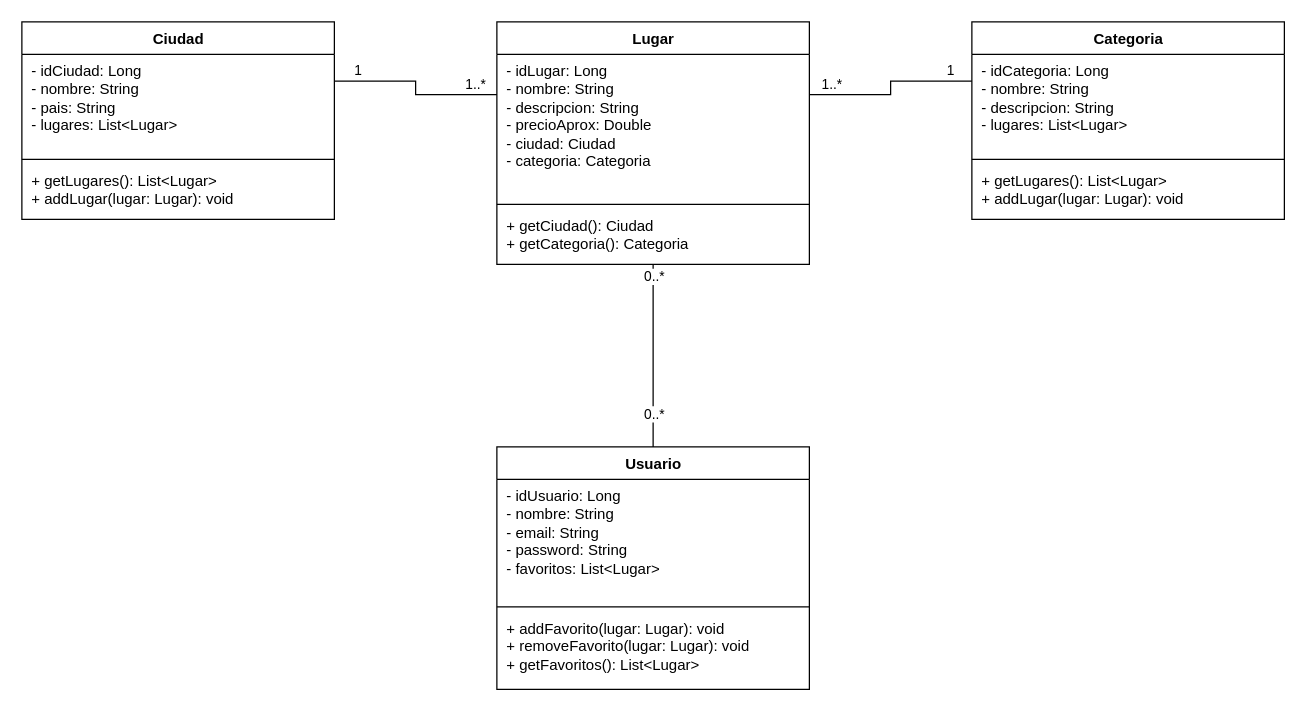
Above: page "UML" (3 of 3) of docs/diagramas.drawio in danilogar019-dotcom/erasmate-backend (draw.io), before the change. Source tidied: cells renumbered, new cells numbered last; positions are measured from the earlier drawing's top-left corner, leaving out a move shared by most shapes. Both pictures are drawn from the tidied source at 125%, with x=0, y=0 at pixel (21, 21).
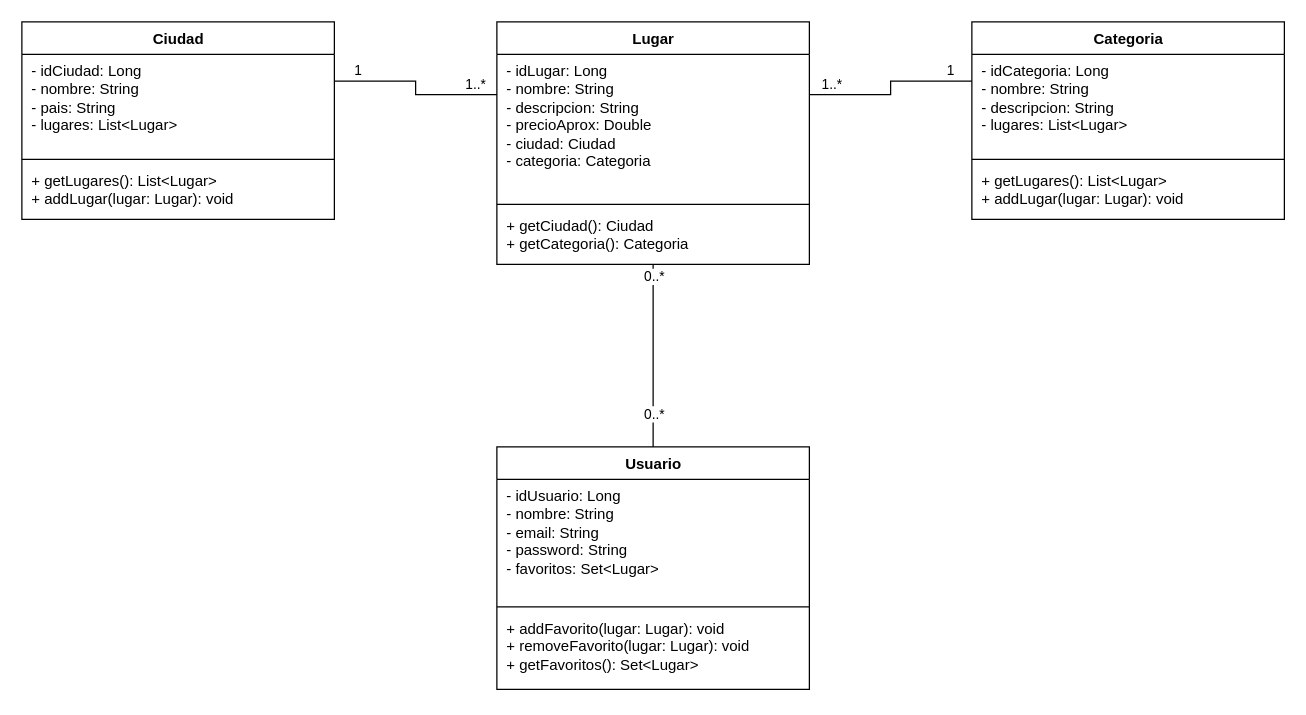
The same page after the edit.

Commit message (it also covers changes not shown here):
Actualizar UML con Set de favoritos

Unchanged cells that the change refers to:
```xml
<mxCell id="14" value="Usuario" style="swimlane;fontStyle=1;align=center;verticalAlign=top;horizontal=1;startSize=26;html=1;" parent="1" vertex="1">
  <mxGeometry x="380" y="340" width="250" height="194" as="geometry" />
</mxCell>
```

The edit, as a diff of the source:
```diff
@@
-    <mxCell id="15" value="- idUsuario: Long&lt;br&gt;- nombre: String&lt;br&gt;- email: String&lt;br&gt;- password: String&lt;br&gt;- favoritos: List&amp;lt;Lugar&amp;gt;" style="text;strokeColor=none;fillColor=none;align=left;verticalAlign=top;spacingLeft=6;spacingRight=4;overflow=hidden;whiteSpace=wrap;html=1;" parent="14" vertex="1">
+    <mxCell id="15" value="- idUsuario: Long&lt;br&gt;- nombre: String&lt;br&gt;- email: String&lt;br&gt;- password: String&lt;br&gt;- favoritos: Set&amp;lt;Lugar&amp;gt;" style="text;strokeColor=none;fillColor=none;align=left;verticalAlign=top;spacingLeft=6;spacingRight=4;overflow=hidden;whiteSpace=wrap;html=1;" parent="14" vertex="1">
       <mxGeometry y="26" width="250" height="98" as="geometry" />
     </mxCell>
@@
-    <mxCell id="17" value="+ addFavorito(lugar: Lugar): void&lt;br&gt;+ removeFavorito(lugar: Lugar): void&lt;br&gt;+ getFavoritos(): List&amp;lt;Lugar&amp;gt;" style="text;strokeColor=none;fillColor=none;align=left;verticalAlign=top;spacingLeft=6;spacingRight=4;overflow=hidden;whiteSpace=wrap;html=1;" parent="14" vertex="1">
+    <mxCell id="17" value="+ addFavorito(lugar: Lugar): void&lt;br&gt;+ removeFavorito(lugar: Lugar): void&lt;br&gt;+ getFavoritos(): Set&amp;lt;Lugar&amp;gt;" style="text;strokeColor=none;fillColor=none;align=left;verticalAlign=top;spacingLeft=6;spacingRight=4;overflow=hidden;whiteSpace=wrap;html=1;" parent="14" vertex="1">
       <mxGeometry y="132" width="250" height="62" as="geometry" />
     </mxCell>
```
